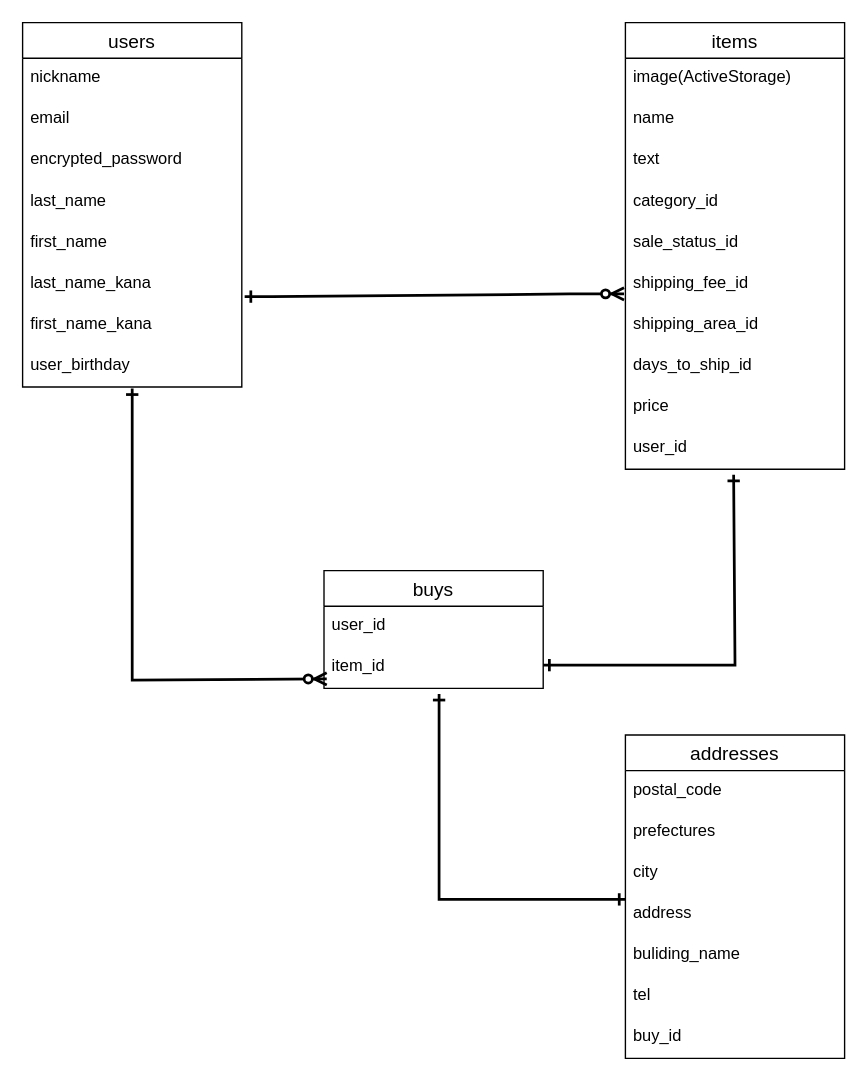
Nobutaka333/furima-34825 keeps this draw.io diagram as test.dio. Above is the earlier version. Source tidied: cells renumbered, new cells numbered last; positions are measured from the earlier drawing's top-left corner, leaving out a move shared by most shapes. Both pictures are drawn from the tidied source at 137%, with x=0, y=0 at pixel (22, 22).
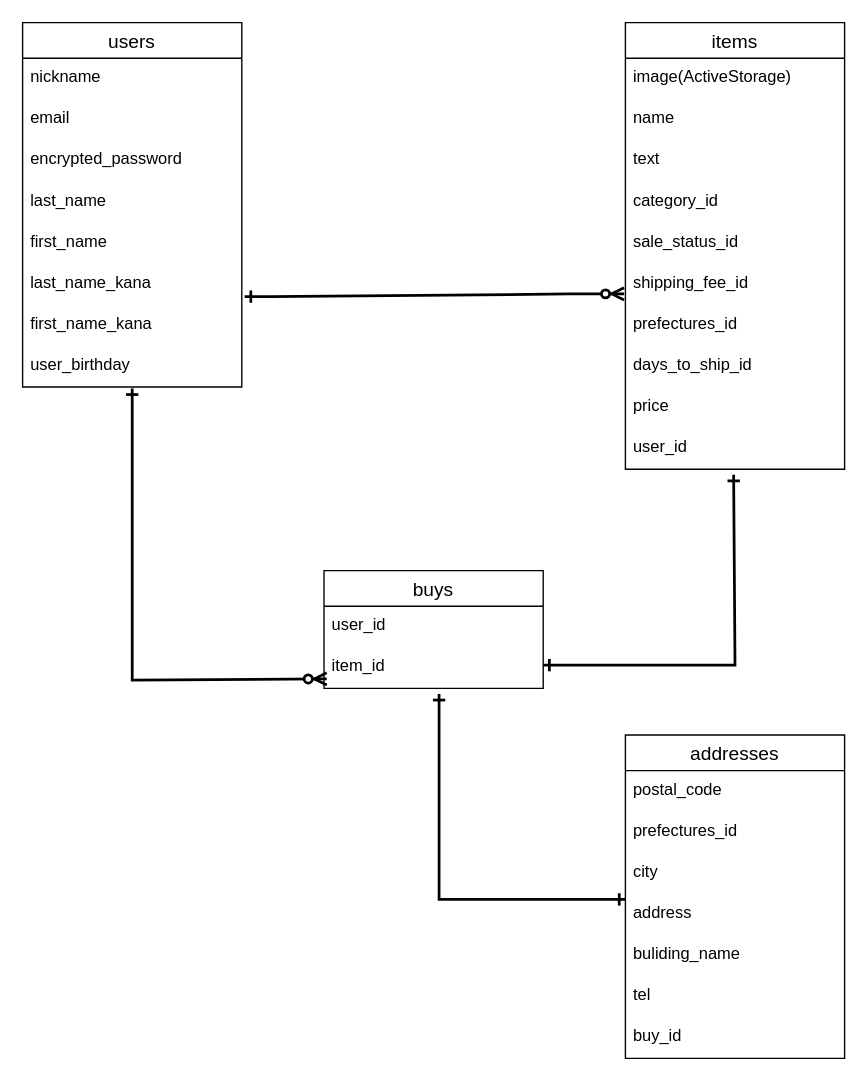
After the change.

Commit message (it also covers changes not shown here):
データベース設計の指摘箇所の修正part2

Unchanged cells that the change refers to:
```xml
<mxCell id="11" value="items" style="swimlane;fontStyle=0;horizontal=1;startSize=26;align=center;fontSize=14;" parent="1" vertex="1">
  <mxGeometry x="440" width="160" height="326" as="geometry" />
</mxCell>
<mxCell id="25" value="addresses" style="swimlane;fontStyle=0;horizontal=1;startSize=26;align=center;fontSize=14;" parent="1" vertex="1">
  <mxGeometry x="440" y="520" width="160" height="236" as="geometry" />
</mxCell>
```

What changed in the source:
```diff
@@
-    <mxCell id="18" value="shipping_area_id" style="text;strokeColor=none;fillColor=none;spacingLeft=4;spacingRight=4;overflow=hidden;fontSize=12;" parent="11" vertex="1">
+    <mxCell id="18" value="prefectures_id" style="text;strokeColor=none;fillColor=none;spacingLeft=4;spacingRight=4;overflow=hidden;fontSize=12;" parent="11" vertex="1">
       <mxGeometry y="206" width="160" height="30" as="geometry" />
     </mxCell>
@@
-    <mxCell id="27" value="prefectures" style="text;strokeColor=none;fillColor=none;spacingLeft=4;spacingRight=4;overflow=hidden;fontSize=12;" parent="25" vertex="1">
+    <mxCell id="27" value="prefectures_id" style="text;strokeColor=none;fillColor=none;spacingLeft=4;spacingRight=4;overflow=hidden;fontSize=12;" parent="25" vertex="1">
       <mxGeometry y="56" width="160" height="30" as="geometry" />
     </mxCell>
```
